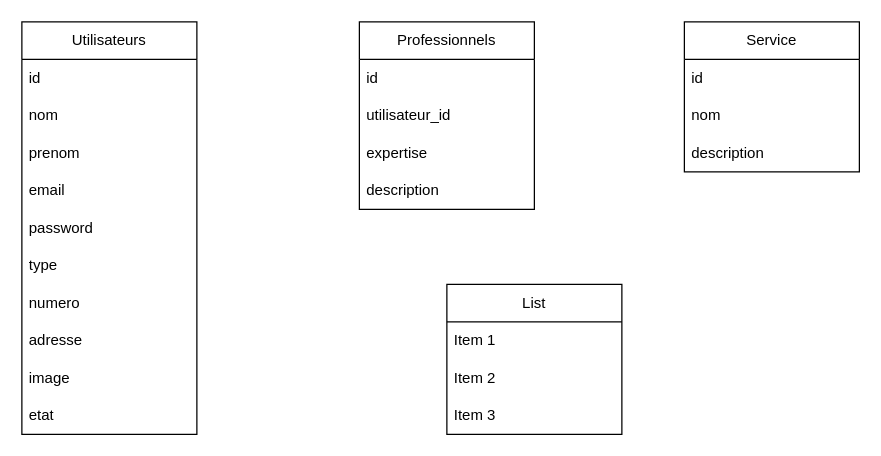
Before: modelisation_trouver.drawio in MasirikaConstantin/mas, a draw.io diagram. Source tidied: cells renumbered, new cells numbered last; positions are measured from the earlier drawing's top-left corner, leaving out a move shared by most shapes. Both pictures are drawn from the tidied source at 125%, with x=0, y=0 at pixel (21, 21).
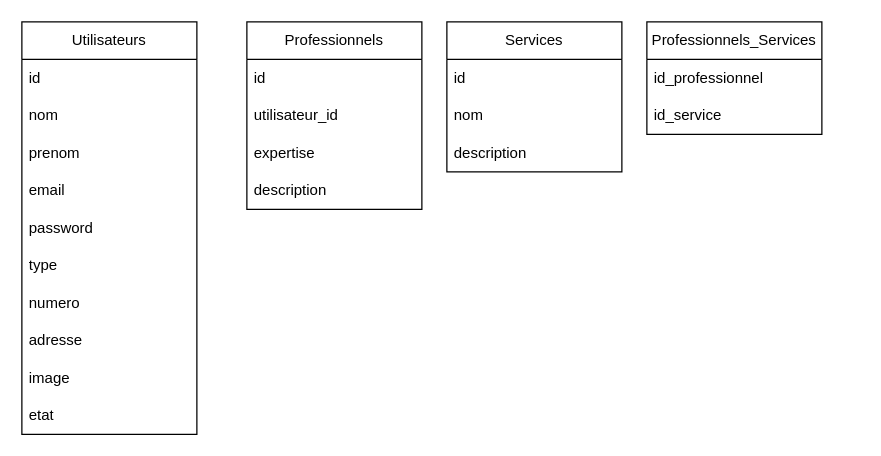
The same page after the edit.

Commit message (it also covers changes not shown here):
Mettre à jour modelisation_trouver.drawio

The edit, as a diff of the source:
```diff
@@
     <mxCell id="13" value="Professionnels" style="swimlane;fontStyle=0;horizontal=1;startSize=30;whiteSpace=wrap;html=1;" parent="1" vertex="1">
-      <mxGeometry x="270" width="140" height="150" as="geometry" />
+      <mxGeometry x="180" width="140" height="150" as="geometry" />
     </mxCell>
@@
-    <mxCell id="18" value="Service" style="swimlane;fontStyle=0;horizontal=1;startSize=30;whiteSpace=wrap;html=1;" parent="1" vertex="1">
-      <mxGeometry x="530" width="140" height="120" as="geometry" />
+    <mxCell id="18" value="Services" style="swimlane;fontStyle=0;horizontal=1;startSize=30;whiteSpace=wrap;html=1;" parent="1" vertex="1">
+      <mxGeometry x="340" width="140" height="120" as="geometry" />
     </mxCell>
@@
-    <mxCell id="22" value="List" style="swimlane;fontStyle=0;horizontal=1;startSize=30;whiteSpace=wrap;html=1;" parent="1" vertex="1">
-      <mxGeometry x="340" y="210" width="140" height="120" as="geometry" />
+    <mxCell id="22" value="Professionnels_Services" style="swimlane;fontStyle=0;horizontal=1;startSize=30;whiteSpace=wrap;html=1;" parent="1" vertex="1">
+      <mxGeometry x="500" width="140" height="90" as="geometry" />
     </mxCell>
-    <mxCell id="23" value="Item 1" style="text;strokeColor=none;fillColor=none;align=left;verticalAlign=middle;spacingLeft=4;spacingRight=4;overflow=hidden;whiteSpace=wrap;html=1;" parent="22" vertex="1">
+    <mxCell id="23" value="id_professionnel" style="text;strokeColor=none;fillColor=none;align=left;verticalAlign=middle;spacingLeft=4;spacingRight=4;overflow=hidden;whiteSpace=wrap;html=1;" parent="22" vertex="1">
       <mxGeometry y="30" width="140" height="30" as="geometry" />
     </mxCell>
-    <mxCell id="24" value="Item 2" style="text;strokeColor=none;fillColor=none;align=left;verticalAlign=middle;spacingLeft=4;spacingRight=4;overflow=hidden;whiteSpace=wrap;html=1;" parent="22" vertex="1">
+    <mxCell id="24" value="id_service" style="text;strokeColor=none;fillColor=none;align=left;verticalAlign=middle;spacingLeft=4;spacingRight=4;overflow=hidden;whiteSpace=wrap;html=1;" parent="22" vertex="1">
       <mxGeometry y="60" width="140" height="30" as="geometry" />
     </mxCell>
-    <mxCell id="25" value="Item 3" style="text;strokeColor=none;fillColor=none;align=left;verticalAlign=middle;spacingLeft=4;spacingRight=4;overflow=hidden;whiteSpace=wrap;html=1;" parent="22" vertex="1">
-      <mxGeometry y="90" width="140" height="30" as="geometry" />
-    </mxCell>
```
